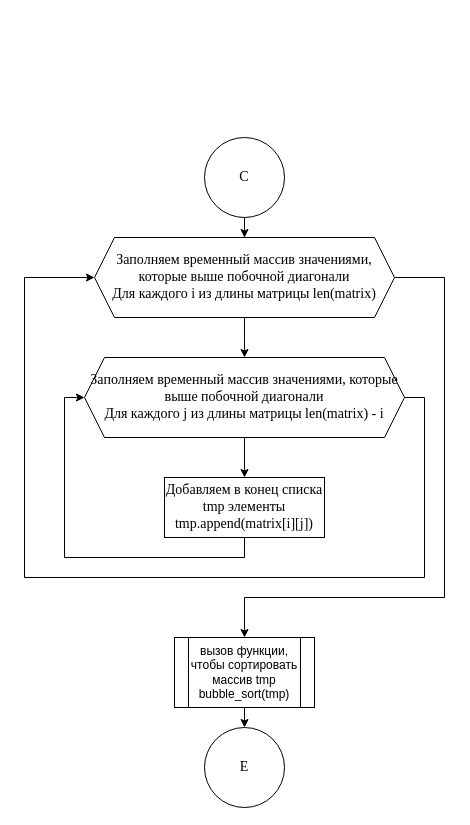
Above: page "Страница 5" (5 of 9) of 1 курс/1 семестр/Информатика/Практические работы/12/Диаграмма 12.drawio in Kirill010/RTU-MIREA (draw.io), before the change. Source tidied: cells renumbered, new cells numbered last; positions are measured from the earlier drawing's top-left corner, leaving out a move shared by most shapes. Both pictures are drawn from the tidied source at 100%, with x=0, y=0 at pixel (24, 137).
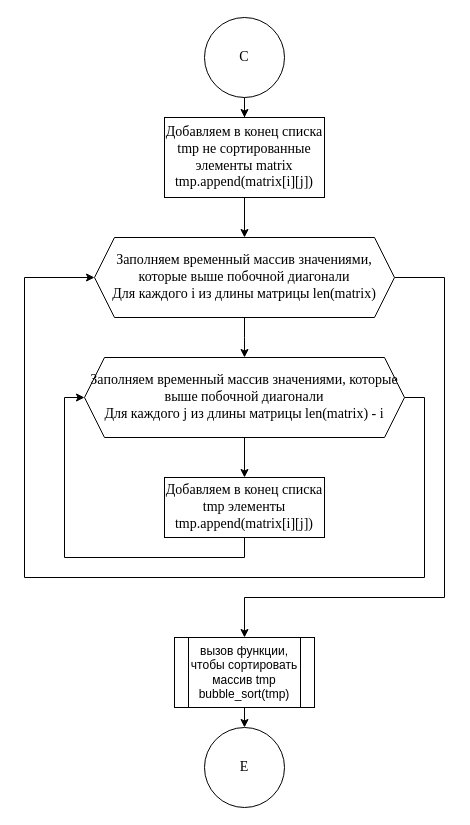
After the change.

The change refers to these unchanged cells:
```xml
<mxCell id="4" value="Заполняем временный массив значениями, которые выше побочной диагонали&lt;br&gt;Для каждого i из длины матрицы len(matrix)" style="shape=hexagon;perimeter=hexagonPerimeter2;whiteSpace=wrap;html=1;fixedSize=1;fontFamily=Times New Roman;fontSize=14;" parent="1" vertex="1">
  <mxGeometry x="70" y="100" width="300" height="80" as="geometry" />
</mxCell>
```

What changed in the source:
```diff
@@
-    <mxCell id="12" style="edgeStyle=orthogonalEdgeStyle;rounded=0;jettySize=auto;html=1;entryX=0.5;entryY=0;entryDx=0;entryDy=0;fontSize=14;" parent="1" edge="1" source="13" target="4">
-      <mxGeometry relative="1" as="geometry" />
-    </mxCell>
+    <mxCell id="15" style="edgeStyle=orthogonalEdgeStyle;rounded=0;jettySize=auto;html=1;" parent="1" edge="1" source="13" target="17">
+      <mxGeometry relative="1" as="geometry" />
+    </mxCell>
     <mxCell id="13" value="C" style="ellipse;whiteSpace=wrap;html=1;fontFamily=Times New Roman;fontSize=14;" parent="1" vertex="1">
-      <mxGeometry x="180" width="80" height="80" as="geometry" />
+      <mxGeometry x="180" y="-120" width="80" height="80" as="geometry" />
     </mxCell>
@@
+    <mxCell id="16" style="edgeStyle=orthogonalEdgeStyle;rounded=0;jettySize=auto;html=1;" parent="1" edge="1" source="17" target="4">
+      <mxGeometry relative="1" as="geometry" />
+    </mxCell>
+    <mxCell id="17" value="Добавляем в конец списка tmp не сортированные элементы matrix&lt;br&gt;tmp.append(matrix[i][j])" style="rounded=0;whiteSpace=wrap;html=1;fontFamily=Times New Roman;fontSize=14;" parent="1" vertex="1">
+      <mxGeometry x="140" y="-20" width="160" height="80" as="geometry" />
+    </mxCell>
```
